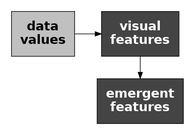
Above: Diagrams/data-vis-vis.png in pmur002/hdvw (Graphviz), before the change. Its source is kept beside it as Diagrams/data-vis-vis.dot.
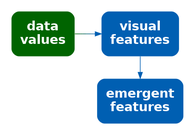
After the change.

Change to the diagram source:
```diff
@@ -1,12 +1,12 @@
 digraph {
   graph [ rankdir=LR; margin=.2; nodesep=.5 ];
   node [ fontsize=20; fontname="sans bold"; margin=.2 ];
-  data [ label="data\nvalues"; shape=box; style=filled; fillcolor=gray ]
+  data [ label="data\nvalues"; shape=box; style="filled, rounded"; penwidth=0; fontcolor=white; fillcolor="#006400" ]
   vis [ label="visual\nfeatures"; shape=box;
-        style=filled; fillcolor="#444444"; fontcolor=white ]
+     style="filled, rounded"; penwidth=0; fontcolor=white; fillcolor="#005FB2" ]
   add [ label="emergent\nfeatures"; shape=box;
-        style=filled; fillcolor="#444444"; fontcolor=white ]
-  data -> vis
-  vis -> add
+     style="filled, rounded"; penwidth=0; fontcolor=white; fillcolor="#005FB2" ]
+  data -> vis [ color="#006400;0.1:#006314;0.1:#006328;0.1:#00623B;0.1:#00624F;0.1:#006163;0.1:#006177;0.1:#00608A;0.1:#00609E;0.1:#005FB2;0.1" ]
+  vis -> add [ color="#005FB2" ]
 { rank=same; vis, add }
 }
```
